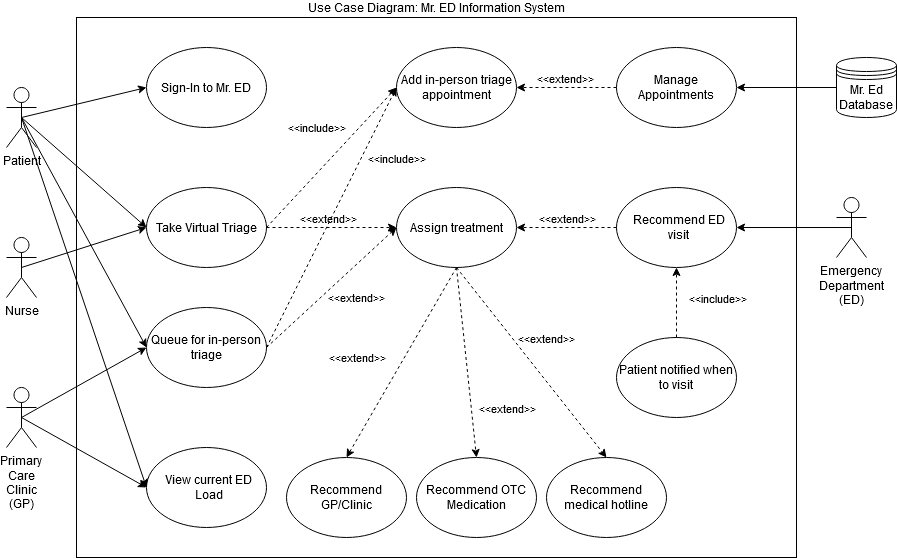
Above: Assets/UseCaseDiagram.drawio.png in uvic-teach/project-m1-team9 (draw.io), before the change. Source tidied: cells renumbered, new cells last; positions are measured from the earlier drawing's top-left corner, leaving out a move shared by most shapes.
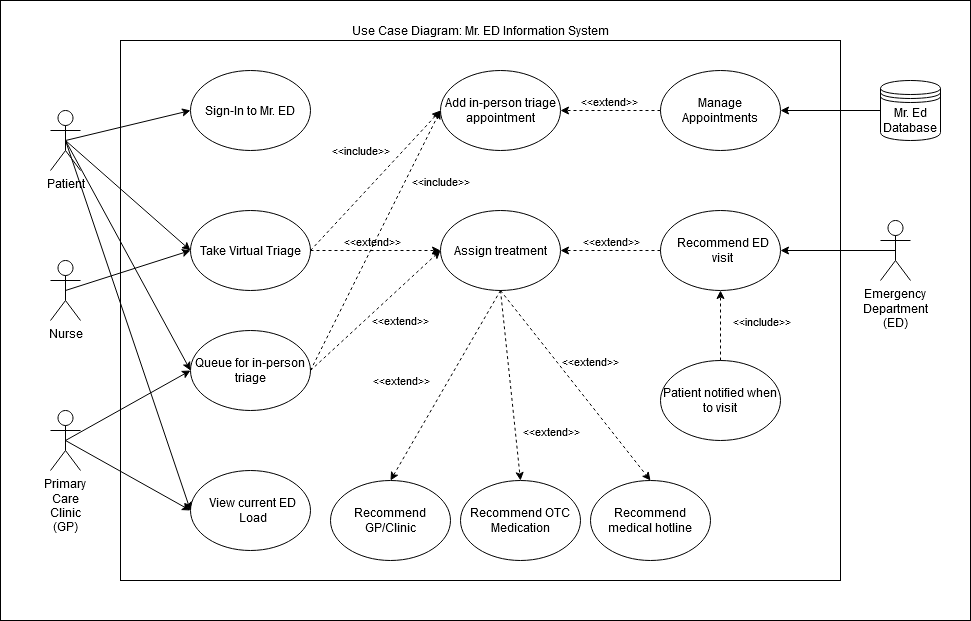
After the commit.

Diff of the diagram source:
```diff
@@ -1,7 +1,10 @@
-<mxGraphModel background="#ffffff">
+<mxGraphModel background="#FFFFFF">
   <root>
     <mxCell id="0" />
     <mxCell id="1" parent="0" />
+    <mxCell id="49" style="rounded=0;whiteSpace=wrap;html=1;" parent="1" vertex="1">
+      <mxGeometry x="-50" y="-40" width="970" height="620" as="geometry" />
+    </mxCell>
     <mxCell id="2" value="Use Case Diagram: Mr. ED Information System" style="rounded=0;whiteSpace=wrap;html=1;labelPosition=center;verticalLabelPosition=top;align=center;verticalAlign=bottom;" parent="1" vertex="1">
       <mxGeometry x="70" width="720" height="540" as="geometry" />
     </mxCell>
```
